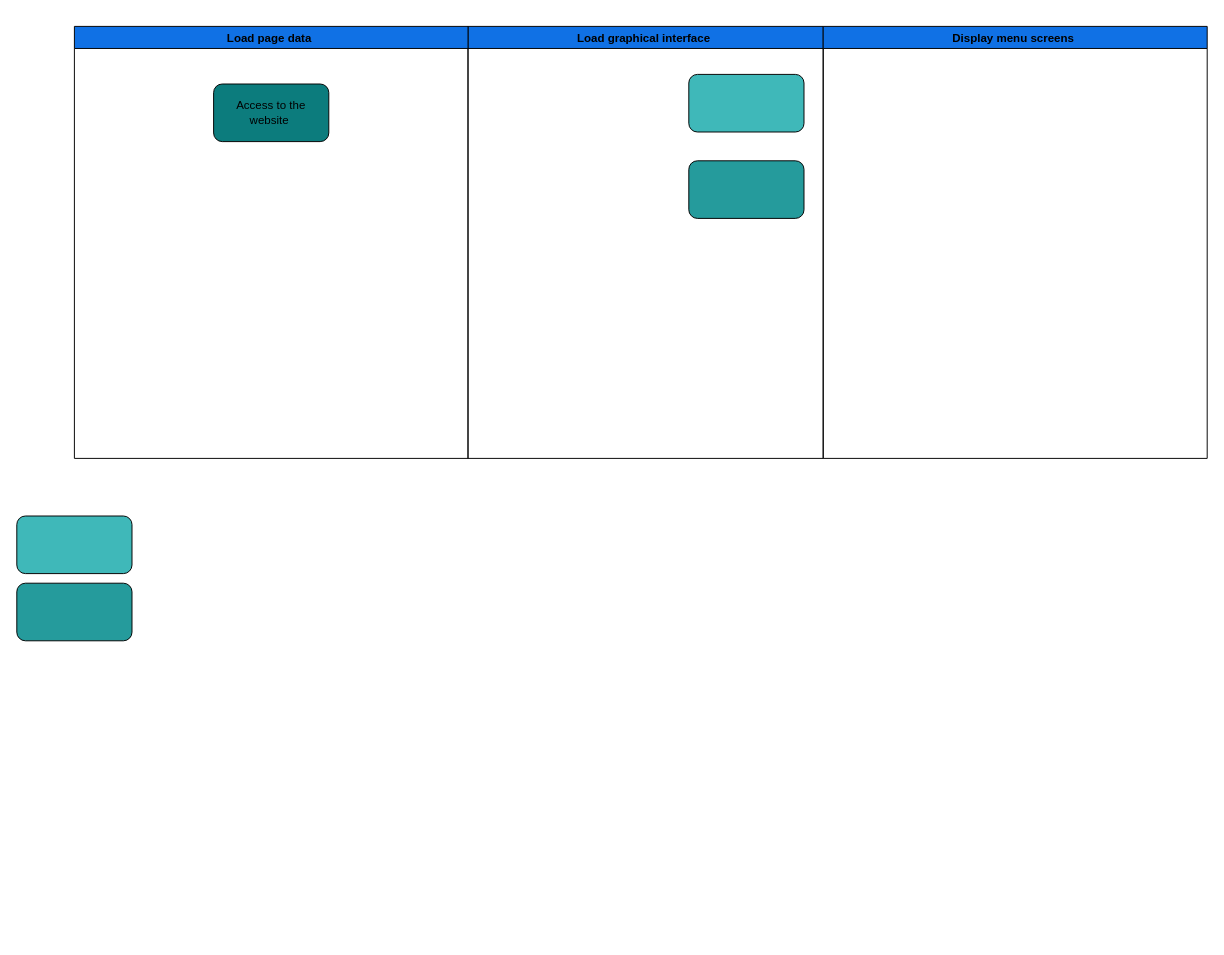
Above: Activity_Diagrams/Menu-Interface.drawio in A01352283/Equipo5_ConstruccionSoftware (draw.io), before the change. Source tidied: cells renumbered, new cells numbered last; positions are measured from the earlier drawing's top-left corner, leaving out a move shared by most shapes. Both pictures are drawn from the tidied source at 96%, with x=0, y=0 at pixel (16, 26).
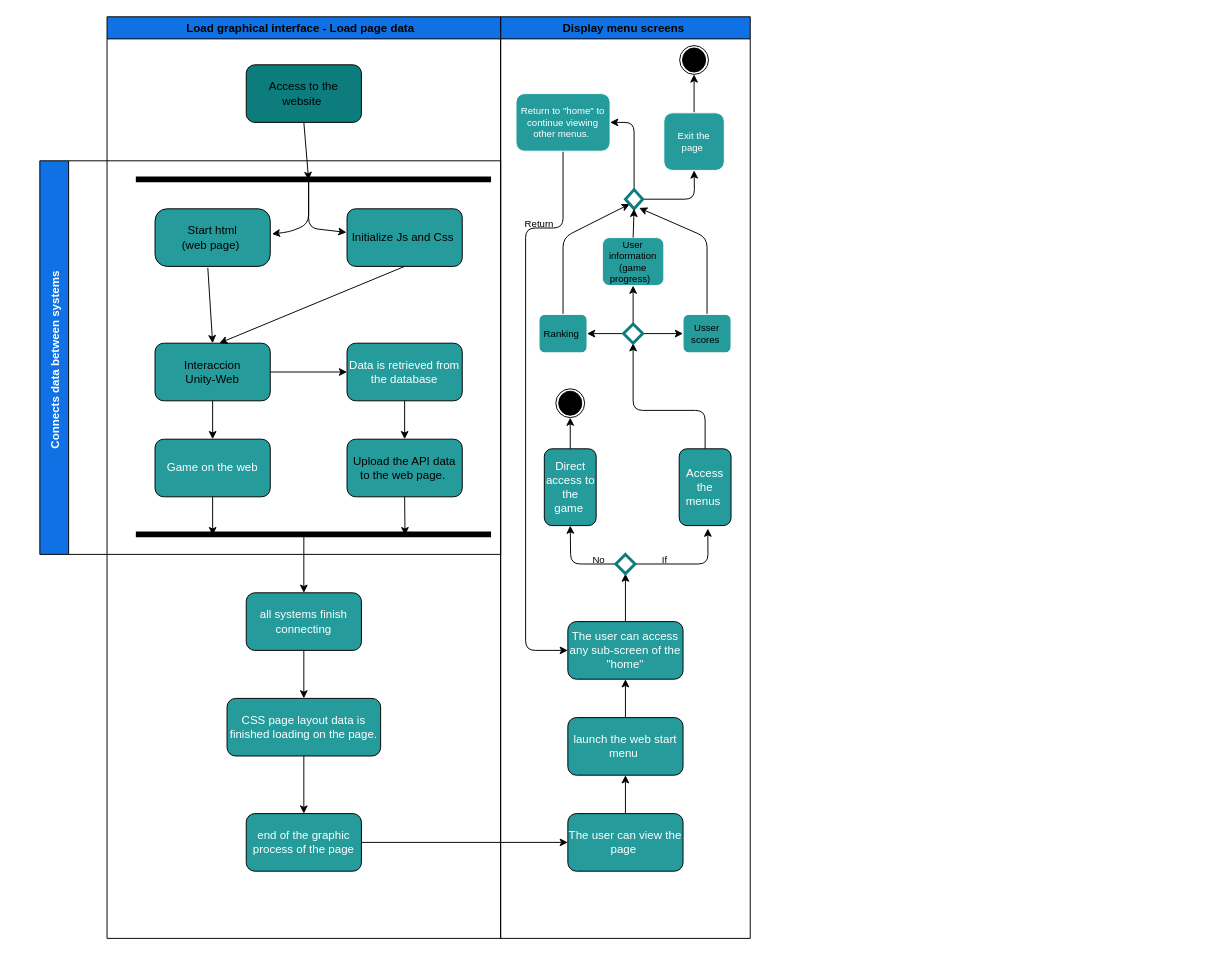
The same diagram, later.

What changed in the source:
```diff
@@
-    <mxCell id="2" value="Load graphical interface " style="swimlane;fillColor=#1071e5;" parent="1" vertex="1">
-      <mxGeometry x="470" width="370" height="450" as="geometry" />
-    </mxCell>
-    <mxCell id="3" style="rounded=1;whiteSpace=wrap;html=1;fillColor=#3fb8b9;" parent="2" vertex="1">
-      <mxGeometry x="230" y="50" width="120" height="60" as="geometry" />
-    </mxCell>
-    <mxCell id="4" style="rounded=1;whiteSpace=wrap;html=1;fillColor=#259B9C;" parent="2" vertex="1">
-      <mxGeometry x="230" y="140" width="120" height="60" as="geometry" />
-    </mxCell>
     <mxCell id="5" value="Display menu screens " style="swimlane;fillColor=#1071e5;" parent="1" vertex="1">
-      <mxGeometry x="840" width="400" height="450" as="geometry" />
+      <mxGeometry x="504" y="-10" width="260" height="960" as="geometry" />
     </mxCell>
+    <mxCell id="10" style="edgeStyle=none;html=1;exitX=0.5;exitY=0;exitDx=0;exitDy=0;entryX=0.5;entryY=1;entryDx=0;entryDy=0;fontColor=#FFFFFF;strokeColor=#000000;" parent="5" edge="1" source="11" target="13">
+      <mxGeometry relative="1" as="geometry" />
+    </mxCell>
+    <mxCell id="11" value="The user can view the page&amp;nbsp;" style="rounded=1;whiteSpace=wrap;html=1;labelBackgroundColor=none;fontColor=#FFFFFF;fillColor=#259B9C;" parent="5" vertex="1">
+      <mxGeometry x="70" y="830" width="120" height="60" as="geometry" />
+    </mxCell>
+    <mxCell id="12" style="edgeStyle=none;html=1;exitX=0.5;exitY=0;exitDx=0;exitDy=0;entryX=0.5;entryY=1;entryDx=0;entryDy=0;fontColor=#FFFFFF;strokeColor=#000000;" parent="5" edge="1" source="13" target="15">
+      <mxGeometry relative="1" as="geometry" />
+    </mxCell>
+    <mxCell id="13" value="launch the web start menu&amp;nbsp;" style="rounded=1;whiteSpace=wrap;html=1;labelBackgroundColor=none;fontColor=#FFFFFF;fillColor=#259B9C;" parent="5" vertex="1">
+      <mxGeometry x="70" y="730" width="120" height="60" as="geometry" />
+    </mxCell>
+    <mxCell id="14" style="edgeStyle=none;html=1;exitX=0.5;exitY=0;exitDx=0;exitDy=0;entryX=0.5;entryY=1;entryDx=0;entryDy=0;fontColor=#FFFFFF;strokeColor=#000000;" parent="5" edge="1" source="15" target="18">
+      <mxGeometry relative="1" as="geometry" />
+    </mxCell>
+    <mxCell id="15" value="The user can access any sub-screen of the &quot;home&quot;" style="rounded=1;whiteSpace=wrap;html=1;labelBackgroundColor=none;fontColor=#FFFFFF;fillColor=#259B9C;" parent="5" vertex="1">
+      <mxGeometry x="70" y="630" width="120" height="60" as="geometry" />
+    </mxCell>
+    <mxCell id="16" style="edgeStyle=none;html=1;exitX=0;exitY=0.5;exitDx=0;exitDy=0;entryX=0.5;entryY=1;entryDx=0;entryDy=0;fontColor=#FFFFFF;strokeColor=#000000;" parent="5" edge="1" source="18" target="20">
+      <mxGeometry relative="1" as="geometry">
+        <Array as="points">
+          <mxPoint x="73" y="570" />
+        </Array>
+      </mxGeometry>
+    </mxCell>
+    <mxCell id="17" style="edgeStyle=none;html=1;exitX=1;exitY=0.5;exitDx=0;exitDy=0;entryX=0.552;entryY=1.039;entryDx=0;entryDy=0;entryPerimeter=0;fontSize=10;fontColor=#000000;strokeColor=#000000;" parent="5" edge="1" source="18" target="25">
+      <mxGeometry relative="1" as="geometry">
+        <Array as="points">
+          <mxPoint x="216" y="570" />
+        </Array>
+      </mxGeometry>
+    </mxCell>
+    <mxCell id="18" style="rhombus;whiteSpace=wrap;html=1;labelBackgroundColor=none;fontColor=#FFFFFF;fillColor=none;strokeColor=#0C7C7D;strokeWidth=3;" parent="5" vertex="1">
+      <mxGeometry x="120" y="560" width="20" height="20" as="geometry" />
+    </mxCell>
+    <mxCell id="19" style="edgeStyle=none;html=1;exitX=0.5;exitY=0;exitDx=0;exitDy=0;entryX=0.5;entryY=1;entryDx=0;entryDy=0;fontColor=#FFFFFF;strokeColor=#000000;" parent="5" edge="1" source="20" target="21">
+      <mxGeometry relative="1" as="geometry" />
+    </mxCell>
+    <mxCell id="20" value="Direct access to the game&amp;nbsp;" style="rounded=1;whiteSpace=wrap;html=1;labelBackgroundColor=none;fontColor=#FFFFFF;fillColor=#259B9C;" parent="5" vertex="1">
+      <mxGeometry x="45.5" y="450" width="54" height="80" as="geometry" />
+    </mxCell>
+    <mxCell id="21" style="ellipse;whiteSpace=wrap;html=1;labelBackgroundColor=none;fontColor=#FFFFFF;strokeColor=#000000;strokeWidth=1;fillColor=none;" parent="5" vertex="1">
+      <mxGeometry x="57.5" y="387.5" width="30" height="30" as="geometry" />
+    </mxCell>
+    <mxCell id="22" style="ellipse;whiteSpace=wrap;html=1;labelBackgroundColor=none;fontColor=#FFFFFF;strokeColor=#000000;strokeWidth=1;fillColor=#000000;" parent="5" vertex="1">
+      <mxGeometry x="60.5" y="390" width="24" height="25" as="geometry" />
+    </mxCell>
+    <mxCell id="23" value="No" style="text;html=1;strokeColor=none;fillColor=none;align=center;verticalAlign=middle;whiteSpace=wrap;rounded=0;labelBackgroundColor=none;fontColor=#000000;strokeWidth=1;fontSize=10;" parent="5" vertex="1">
+      <mxGeometry x="85" y="560" width="35" height="10" as="geometry" />
+    </mxCell>
+    <mxCell id="24" style="edgeStyle=none;html=1;exitX=0.5;exitY=0;exitDx=0;exitDy=0;entryX=0.5;entryY=1;entryDx=0;entryDy=0;fontSize=10;fontColor=#000000;strokeColor=#000000;" parent="5" edge="1" source="25" target="30">
+      <mxGeometry relative="1" as="geometry">
+        <Array as="points">
+          <mxPoint x="213" y="410" />
+          <mxPoint x="138" y="410" />
+        </Array>
+      </mxGeometry>
+    </mxCell>
+    <mxCell id="25" value="Access the menus&amp;nbsp;" style="rounded=1;whiteSpace=wrap;html=1;labelBackgroundColor=none;fontColor=#FFFFFF;fillColor=#259B9C;" parent="5" vertex="1">
+      <mxGeometry x="186" y="450" width="54" height="80" as="geometry" />
+    </mxCell>
+    <mxCell id="26" value="If&amp;nbsp;" style="text;html=1;strokeColor=none;fillColor=none;align=center;verticalAlign=middle;whiteSpace=wrap;rounded=0;labelBackgroundColor=none;fontColor=#000000;strokeWidth=1;fontSize=10;" parent="5" vertex="1">
+      <mxGeometry x="155" y="560" width="35" height="10" as="geometry" />
+    </mxCell>
+    <mxCell id="27" style="edgeStyle=none;html=1;exitX=0;exitY=0.5;exitDx=0;exitDy=0;entryX=1;entryY=0.5;entryDx=0;entryDy=0;fontSize=10;fontColor=#000000;strokeColor=#000000;" parent="5" edge="1" source="30" target="33">
+      <mxGeometry relative="1" as="geometry" />
+    </mxCell>
+    <mxCell id="28" style="edgeStyle=none;html=1;exitX=1;exitY=0.5;exitDx=0;exitDy=0;entryX=0;entryY=0.5;entryDx=0;entryDy=0;fontSize=10;fontColor=#000000;strokeColor=#000000;" parent="5" edge="1" source="30" target="35">
+      <mxGeometry relative="1" as="geometry" />
+    </mxCell>
+    <mxCell id="29" style="edgeStyle=none;html=1;exitX=0.5;exitY=0;exitDx=0;exitDy=0;entryX=0.5;entryY=1;entryDx=0;entryDy=0;fontSize=10;fontColor=#000000;strokeColor=#000000;" parent="5" edge="1" source="30" target="31">
+      <mxGeometry relative="1" as="geometry" />
+    </mxCell>
+    <mxCell id="30" style="rhombus;whiteSpace=wrap;html=1;labelBackgroundColor=none;fontColor=#FFFFFF;fillColor=none;strokeColor=#0C7C7D;strokeWidth=3;" parent="5" vertex="1">
+      <mxGeometry x="128" y="320" width="20" height="20" as="geometry" />
+    </mxCell>
+    <mxCell id="31" value="User information (game progress)&amp;nbsp;&amp;nbsp;" style="rounded=1;whiteSpace=wrap;html=1;labelBackgroundColor=none;fontSize=10;fontColor=#000000;strokeColor=#FFFFFF;strokeWidth=1;fillColor=#259B9C;" parent="5" vertex="1">
+      <mxGeometry x="106" y="230" width="64" height="50" as="geometry" />
+    </mxCell>
+    <mxCell id="32" style="edgeStyle=none;html=1;exitX=0.5;exitY=0;exitDx=0;exitDy=0;entryX=0;entryY=1;entryDx=0;entryDy=0;fontSize=10;fontColor=#000000;strokeColor=#000000;" parent="5" edge="1" source="33" target="38">
+      <mxGeometry relative="1" as="geometry">
+        <Array as="points">
+          <mxPoint x="65" y="230" />
+        </Array>
+      </mxGeometry>
+    </mxCell>
+    <mxCell id="33" value="Ranking&amp;nbsp;" style="rounded=1;whiteSpace=wrap;html=1;labelBackgroundColor=none;fontSize=10;fontColor=#000000;strokeColor=#FFFFFF;strokeWidth=1;fillColor=#259B9C;" parent="5" vertex="1">
+      <mxGeometry x="40" y="310" width="50" height="40" as="geometry" />
+    </mxCell>
+    <mxCell id="34" style="edgeStyle=none;html=1;exitX=0.5;exitY=0;exitDx=0;exitDy=0;entryX=0.796;entryY=0.955;entryDx=0;entryDy=0;entryPerimeter=0;fontSize=10;fontColor=#000000;strokeColor=#000000;" parent="5" edge="1" source="35" target="38">
+      <mxGeometry relative="1" as="geometry">
+        <Array as="points">
+          <mxPoint x="215" y="230" />
+        </Array>
+      </mxGeometry>
+    </mxCell>
+    <mxCell id="35" value="Usser scores&amp;nbsp;" style="rounded=1;whiteSpace=wrap;html=1;labelBackgroundColor=none;fontSize=10;fontColor=#000000;strokeColor=#FFFFFF;strokeWidth=1;fillColor=#259B9C;" parent="5" vertex="1">
+      <mxGeometry x="190" y="310" width="50" height="40" as="geometry" />
+    </mxCell>
+    <mxCell id="36" style="edgeStyle=none;html=1;exitX=1;exitY=0.5;exitDx=0;exitDy=0;entryX=0.5;entryY=1;entryDx=0;entryDy=0;fontSize=10;fontColor=#FFFFFF;strokeColor=#000000;" parent="5" edge="1" source="38" target="41">
+      <mxGeometry relative="1" as="geometry">
+        <Array as="points">
+          <mxPoint x="202" y="190" />
+        </Array>
+      </mxGeometry>
+    </mxCell>
+    <mxCell id="37" style="edgeStyle=none;html=1;exitX=0.5;exitY=0;exitDx=0;exitDy=0;entryX=1;entryY=0.5;entryDx=0;entryDy=0;fontSize=10;fontColor=#FFFFFF;strokeColor=#000000;" parent="5" edge="1" source="38" target="43">
+      <mxGeometry relative="1" as="geometry">
+        <Array as="points">
+          <mxPoint x="139" y="110" />
+        </Array>
+      </mxGeometry>
+    </mxCell>
+    <mxCell id="38" style="rhombus;whiteSpace=wrap;html=1;labelBackgroundColor=none;fontColor=#FFFFFF;fillColor=none;strokeColor=#0C7C7D;strokeWidth=3;" parent="5" vertex="1">
+      <mxGeometry x="130" y="180" width="18" height="20" as="geometry" />
+    </mxCell>
+    <mxCell id="39" style="edgeStyle=none;html=1;exitX=0.5;exitY=0;exitDx=0;exitDy=0;fontSize=10;fontColor=#000000;strokeColor=#000000;entryX=0.5;entryY=1;entryDx=0;entryDy=0;" parent="5" edge="1" source="31" target="38">
+      <mxGeometry relative="1" as="geometry" />
+    </mxCell>
+    <mxCell id="40" style="edgeStyle=none;html=1;exitX=0.5;exitY=0;exitDx=0;exitDy=0;entryX=0.5;entryY=1;entryDx=0;entryDy=0;fontSize=10;fontColor=#FFFFFF;strokeColor=#000000;" parent="5" edge="1" source="41" target="44">
+      <mxGeometry relative="1" as="geometry" />
+    </mxCell>
+    <mxCell id="41" value="Exit the page&amp;nbsp;" style="rounded=1;whiteSpace=wrap;html=1;labelBackgroundColor=none;fontSize=10;fontColor=#FFFFFF;strokeColor=#FFFFFF;strokeWidth=1;fillColor=#259B9C;" parent="5" vertex="1">
+      <mxGeometry x="170" y="100" width="63" height="60" as="geometry" />
+    </mxCell>
+    <mxCell id="42" style="edgeStyle=none;html=1;exitX=0.5;exitY=1;exitDx=0;exitDy=0;entryX=0;entryY=0.5;entryDx=0;entryDy=0;fontSize=10;fontColor=#FFFFFF;strokeColor=#000000;" parent="5" edge="1" source="43" target="15">
+      <mxGeometry relative="1" as="geometry">
+        <Array as="points">
+          <mxPoint x="65" y="220" />
+          <mxPoint x="26" y="220" />
+          <mxPoint x="26" y="660" />
+        </Array>
+      </mxGeometry>
+    </mxCell>
+    <mxCell id="43" value="Return to &quot;home&quot; to continue viewing other menus.&amp;nbsp;" style="rounded=1;whiteSpace=wrap;html=1;labelBackgroundColor=none;fontSize=10;fontColor=#FFFFFF;strokeColor=#FFFFFF;strokeWidth=1;fillColor=#259B9C;" parent="5" vertex="1">
+      <mxGeometry x="16" y="80" width="98" height="60" as="geometry" />
+    </mxCell>
+    <mxCell id="44" style="ellipse;whiteSpace=wrap;html=1;labelBackgroundColor=none;fontColor=#FFFFFF;strokeColor=#000000;strokeWidth=1;fillColor=none;" parent="5" vertex="1">
+      <mxGeometry x="186.5" y="30" width="30" height="30" as="geometry" />
+    </mxCell>
+    <mxCell id="45" style="ellipse;whiteSpace=wrap;html=1;labelBackgroundColor=none;fontColor=#FFFFFF;strokeColor=#000000;strokeWidth=1;fillColor=#000000;" parent="5" vertex="1">
+      <mxGeometry x="189.5" y="32.5" width="24" height="25" as="geometry" />
+    </mxCell>
+    <mxCell id="46" value="Return" style="text;html=1;strokeColor=none;fillColor=none;align=center;verticalAlign=middle;whiteSpace=wrap;rounded=0;labelBackgroundColor=none;fontColor=#000000;strokeWidth=1;fontSize=10;" parent="5" vertex="1">
+      <mxGeometry x="22.5" y="210" width="35" height="10" as="geometry" />
+    </mxCell>
-    <mxCell id="6" value="Load page data " style="swimlane;fillColor=#1071e5;" parent="1" vertex="1">
-      <mxGeometry x="60" width="410" height="450" as="geometry" />
+    <mxCell id="6" value="Load graphical interface - Load page data  " style="swimlane;fillColor=#1071e5;" parent="1" vertex="1">
+      <mxGeometry x="94" y="-10" width="410" height="960" as="geometry" />
     </mxCell>
     <mxCell id="7" value="Access to the website&amp;nbsp;" style="rounded=1;whiteSpace=wrap;html=1;fillColor=#0c7c7d;" parent="6" vertex="1">
-      <mxGeometry x="145" y="60" width="120" height="60" as="geometry" />
+      <mxGeometry x="145" y="50" width="120" height="60" as="geometry" />
     </mxCell>
-    <mxCell id="8" style="rounded=1;whiteSpace=wrap;html=1;fillColor=#3fb8b9;" parent="1" vertex="1">
-      <mxGeometry y="510" width="120" height="60" as="geometry" />
-    </mxCell>
-    <mxCell id="9" style="rounded=1;whiteSpace=wrap;html=1;fillColor=#259B9C;" parent="1" vertex="1">
-      <mxGeometry y="580" width="120" height="60" as="geometry" />
-    </mxCell>
+    <mxCell id="47" style="edgeStyle=none;html=1;exitX=0.5;exitY=1;exitDx=0;exitDy=0;entryX=0.5;entryY=0;entryDx=0;entryDy=0;fontColor=#FFFFFF;strokeColor=#000000;" parent="6" edge="1" source="48" target="52">
+      <mxGeometry relative="1" as="geometry" />
+    </mxCell>
+    <mxCell id="48" value="all systems finish connecting" style="rounded=1;whiteSpace=wrap;html=1;labelBackgroundColor=none;fontColor=#FFFFFF;fillColor=#259B9C;" parent="6" vertex="1">
+      <mxGeometry x="145" y="600" width="120" height="60" as="geometry" />
+    </mxCell>
+    <mxCell id="49" style="endArrow=classic;html=1;fontColor=#FFFFFF;strokeColor=#000000;entryX=0.5;entryY=0;entryDx=0;entryDy=0;" parent="6" edge="1" target="48">
+      <mxGeometry relative="1" as="geometry">
+        <mxPoint x="205" y="540" as="sourcePoint" />
+      </mxGeometry>
+    </mxCell>
+    <mxCell id="50" value="end of the graphic process of the page" style="rounded=1;whiteSpace=wrap;html=1;labelBackgroundColor=none;fontColor=#FFFFFF;fillColor=#259B9C;" parent="6" vertex="1">
+      <mxGeometry x="145" y="830" width="120" height="60" as="geometry" />
+    </mxCell>
+    <mxCell id="51" style="edgeStyle=none;html=1;exitX=0.5;exitY=1;exitDx=0;exitDy=0;entryX=0.5;entryY=0;entryDx=0;entryDy=0;fontColor=#FFFFFF;strokeColor=#000000;" parent="6" edge="1" source="52" target="50">
+      <mxGeometry relative="1" as="geometry" />
+    </mxCell>
+    <mxCell id="52" value="CSS page layout data is finished loading on the page." style="rounded=1;whiteSpace=wrap;html=1;labelBackgroundColor=none;fontColor=#FFFFFF;fillColor=#259B9C;" parent="6" vertex="1">
+      <mxGeometry x="125" y="710" width="160" height="60" as="geometry" />
+    </mxCell>
+    <mxCell id="53" value="Connects data between systems " style="swimlane;horizontal=0;labelBackgroundColor=none;fontColor=#FFFFFF;fillColor=#1071E5;startSize=30;" parent="6" vertex="1">
+      <mxGeometry x="-70" y="150" width="480" height="410" as="geometry" />
+    </mxCell>
+    <mxCell id="54" value="Start html &lt;br&gt;(web page)&amp;nbsp;" style="rounded=1;whiteSpace=wrap;html=1;fillColor=#259B9C;arcSize=21;" parent="53" vertex="1">
+      <mxGeometry x="120" y="50" width="120" height="60" as="geometry" />
+    </mxCell>
+    <mxCell id="55" value="Initialize Js and Css&amp;nbsp;" style="rounded=1;whiteSpace=wrap;html=1;fillColor=#259B9C;" parent="53" vertex="1">
+      <mxGeometry x="320" y="50" width="120" height="60" as="geometry" />
+    </mxCell>
+    <mxCell id="56" style="endArrow=classic;html=1;fontColor=#FFFFFF;strokeColor=#000000;entryX=1.015;entryY=0.437;entryDx=0;entryDy=0;entryPerimeter=0;" parent="53" edge="1" target="54">
+      <mxGeometry relative="1" as="geometry">
+        <mxPoint x="280" y="20" as="sourcePoint" />
+        <Array as="points">
+          <mxPoint x="280" y="66" />
+          <mxPoint x="260" y="74" />
+        </Array>
+      </mxGeometry>
+    </mxCell>
+    <mxCell id="57" style="endArrow=classic;html=1;fontColor=#FFFFFF;strokeColor=#000000;entryX=-0.005;entryY=0.41;entryDx=0;entryDy=0;entryPerimeter=0;" parent="53" edge="1" target="55">
+      <mxGeometry relative="1" as="geometry">
+        <mxPoint x="280" y="20" as="sourcePoint" />
+        <Array as="points">
+          <mxPoint x="280" y="70" />
+        </Array>
+      </mxGeometry>
+    </mxCell>
+    <mxCell id="58" style="edgeStyle=none;html=1;exitX=0.5;exitY=1;exitDx=0;exitDy=0;entryX=0.5;entryY=0;entryDx=0;entryDy=0;fontColor=#FFFFFF;strokeColor=#000000;" parent="53" edge="1" source="59" target="67">
+      <mxGeometry relative="1" as="geometry" />
+    </mxCell>
+    <mxCell id="59" value="Interaccion &lt;br&gt;Unity-Web" style="rounded=1;whiteSpace=wrap;html=1;fillColor=#259B9C;" parent="53" vertex="1">
+      <mxGeometry x="120" y="190" width="120" height="60" as="geometry" />
+    </mxCell>
+    <mxCell id="60" style="endArrow=classic;html=1;fontColor=#FFFFFF;strokeColor=#000000;exitX=0.458;exitY=1.024;exitDx=0;exitDy=0;exitPerimeter=0;entryX=0.5;entryY=0;entryDx=0;entryDy=0;" parent="53" edge="1" source="54" target="59">
+      <mxGeometry relative="1" as="geometry" />
+    </mxCell>
+    <mxCell id="61" style="endArrow=classic;html=1;fontColor=#FFFFFF;strokeColor=#000000;entryX=0.558;entryY=-0.001;entryDx=0;entryDy=0;entryPerimeter=0;exitX=0.5;exitY=1;exitDx=0;exitDy=0;" parent="53" edge="1" source="55" target="59">
+      <mxGeometry relative="1" as="geometry" />
+    </mxCell>
+    <mxCell id="62" style="edgeStyle=none;html=1;exitX=0.5;exitY=1;exitDx=0;exitDy=0;entryX=0.5;entryY=0;entryDx=0;entryDy=0;fontColor=#FFFFFF;strokeColor=#000000;" parent="53" edge="1" source="63" target="66">
+      <mxGeometry relative="1" as="geometry" />
+    </mxCell>
+    <mxCell id="63" value="Data is retrieved from the database" style="rounded=1;whiteSpace=wrap;html=1;labelBackgroundColor=none;fontColor=#FFFFFF;fillColor=#259B9C;" parent="53" vertex="1">
+      <mxGeometry x="320" y="190" width="120" height="60" as="geometry" />
+    </mxCell>
+    <mxCell id="64" style="edgeStyle=none;html=1;exitX=1;exitY=0.5;exitDx=0;exitDy=0;fontColor=#FFFFFF;strokeColor=#000000;entryX=0;entryY=0.5;entryDx=0;entryDy=0;" parent="53" edge="1" source="59" target="63">
+      <mxGeometry relative="1" as="geometry" />
+    </mxCell>
+    <mxCell id="65" style="shape=link;html=1;targetPerimeterSpacing=0;strokeColor=#000000;strokeWidth=6;width=364.6666666666667;" parent="53" edge="1">
+      <mxGeometry relative="1" as="geometry">
+        <mxPoint x="100" y="204.3" as="sourcePoint" />
+        <mxPoint x="470" y="204.3" as="targetPoint" />
+      </mxGeometry>
+    </mxCell>
+    <mxCell id="66" value="Upload the API data to the web page.&amp;nbsp;" style="rounded=1;whiteSpace=wrap;html=1;fillColor=#259B9C;" parent="53" vertex="1">
+      <mxGeometry x="320" y="290" width="120" height="60" as="geometry" />
+    </mxCell>
+    <mxCell id="67" value="Game on the web" style="rounded=1;whiteSpace=wrap;html=1;labelBackgroundColor=none;fontColor=#FFFFFF;fillColor=#259B9C;" parent="53" vertex="1">
+      <mxGeometry x="120" y="290" width="120" height="60" as="geometry" />
+    </mxCell>
+    <mxCell id="68" style="edgeStyle=none;html=1;exitX=0.5;exitY=1;exitDx=0;exitDy=0;fontColor=#FFFFFF;strokeColor=#000000;" parent="1" edge="1" source="7">
+      <mxGeometry relative="1" as="geometry">
+        <mxPoint x="304" y="160" as="targetPoint" />
+      </mxGeometry>
+    </mxCell>
+    <mxCell id="69" style="edgeStyle=none;html=1;exitX=0.5;exitY=1;exitDx=0;exitDy=0;fontColor=#FFFFFF;strokeColor=#000000;" parent="1" edge="1" source="66">
+      <mxGeometry relative="1" as="geometry">
+        <mxPoint x="404.4" y="530" as="targetPoint" />
+      </mxGeometry>
+    </mxCell>
+    <mxCell id="70" style="edgeStyle=none;html=1;exitX=0.5;exitY=1;exitDx=0;exitDy=0;fontColor=#FFFFFF;strokeColor=#000000;" parent="1" edge="1" source="67">
+      <mxGeometry relative="1" as="geometry">
+        <mxPoint x="204" y="530" as="targetPoint" />
+      </mxGeometry>
+    </mxCell>
+    <mxCell id="71" style="edgeStyle=none;html=1;exitX=1;exitY=0.5;exitDx=0;exitDy=0;fontColor=#FFFFFF;strokeColor=#000000;entryX=0;entryY=0.5;entryDx=0;entryDy=0;" parent="1" edge="1" source="50" target="11">
+      <mxGeometry relative="1" as="geometry" />
+    </mxCell>
```
